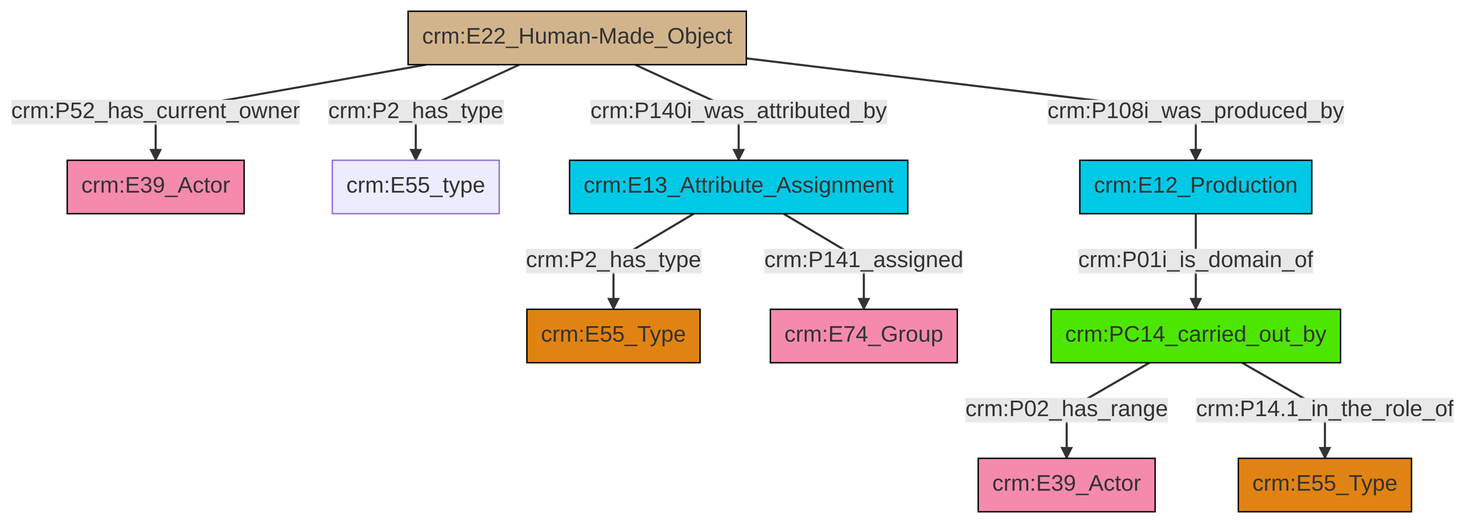
This is et/builtWorkCSV/ttl/mmd/png/Built_Work_actor_relations.png from swiss-art-research-net/reference-data-models, a Mermaid export, as it was before one commit. Its source is kept beside it as et/builtWorkCSV/ttl/mmd/Built_Work_actor_relations.ttl.mmd.
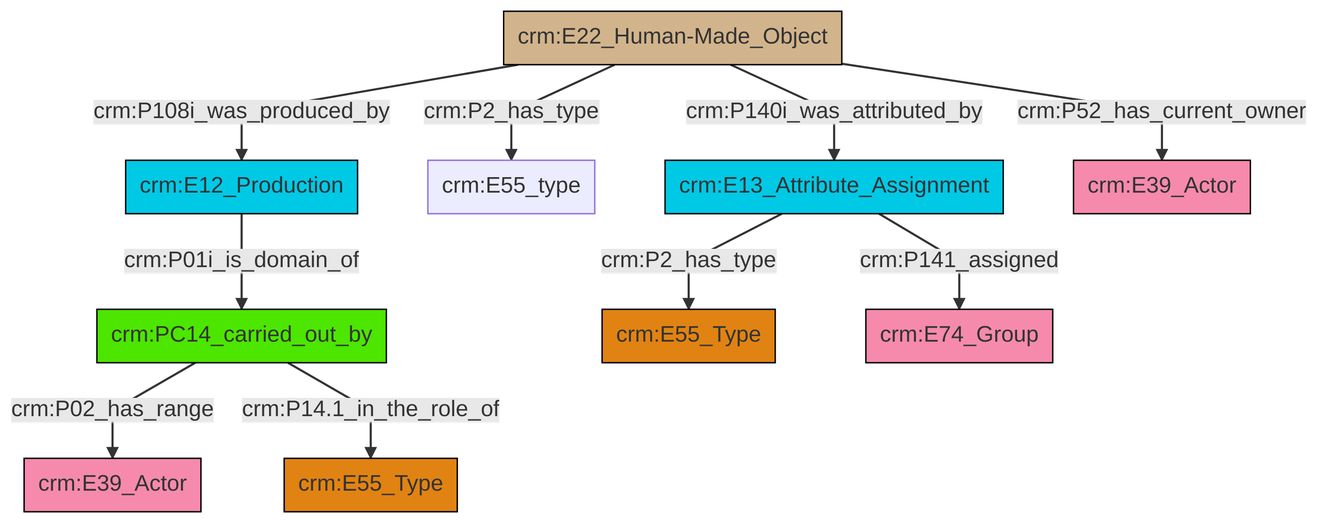
Above is the later version.

What changed in the source:
```diff
@@ -13,12 +13,12 @@
 classDef PC_Classes fill:#4ce600, stroke:#000000;
 classDef Multi fill:#cccccc,stroke:#000000;
 
-4["crm:E13_Attribute_Assignment"]:::Temporal_Entity -->|crm:P2_has_type| 6["crm:E55_Type"]:::Type
-7["crm:E22_Human-Made_Object"]:::Physical_Thing -->|crm:P108i_was_produced_by| 15["crm:E12_Production"]:::Temporal_Entity
-7["crm:E22_Human-Made_Object"]:::Physical_Thing -->|crm:P2_has_type| 2["crm:E55_type"]:::Default
-7["crm:E22_Human-Made_Object"]:::Physical_Thing -->|crm:P52_has_current_owner| 0["crm:E39_Actor"]:::Actor
-4["crm:E13_Attribute_Assignment"]:::Temporal_Entity -->|crm:P141_assigned| 11["crm:E74_Group"]:::Actor
-15["crm:E12_Production"]:::Temporal_Entity -->|crm:P01i_is_domain_of| 19["crm:PC14_carried_out_by"]:::PC_Classes
-19["crm:PC14_carried_out_by"]:::PC_Classes -->|crm:P02_has_range| 17["crm:E39_Actor"]:::Actor
-7["crm:E22_Human-Made_Object"]:::Physical_Thing -->|crm:P140i_was_attributed_by| 4["crm:E13_Attribute_Assignment"]:::Temporal_Entity
-19["crm:PC14_carried_out_by"]:::PC_Classes -->|crm:P14.1_in_the_role_of| 13["crm:E55_Type"]:::Type
+4["crm:E22_Human-Made_Object"]:::Physical_Thing -->|crm:P2_has_type| 5["crm:E55_type"]:::Default
+13["crm:E13_Attribute_Assignment"]:::Temporal_Entity -->|crm:P2_has_type| 11["crm:E55_Type"]:::Type
+9["crm:PC14_carried_out_by"]:::PC_Classes -->|crm:P02_has_range| 6["crm:E39_Actor"]:::Actor
+4["crm:E22_Human-Made_Object"]:::Physical_Thing -->|crm:P52_has_current_owner| 14["crm:E39_Actor"]:::Actor
+2["crm:E12_Production"]:::Temporal_Entity -->|crm:P01i_is_domain_of| 9["crm:PC14_carried_out_by"]:::PC_Classes
+9["crm:PC14_carried_out_by"]:::PC_Classes -->|crm:P14.1_in_the_role_of| 0["crm:E55_Type"]:::Type
+4["crm:E22_Human-Made_Object"]:::Physical_Thing -->|crm:P108i_was_produced_by| 2["crm:E12_Production"]:::Temporal_Entity
+13["crm:E13_Attribute_Assignment"]:::Temporal_Entity -->|crm:P141_assigned| 17["crm:E74_Group"]:::Actor
+4["crm:E22_Human-Made_Object"]:::Physical_Thing -->|crm:P140i_was_attributed_by| 13["crm:E13_Attribute_Assignment"]:::Temporal_Entity
```
